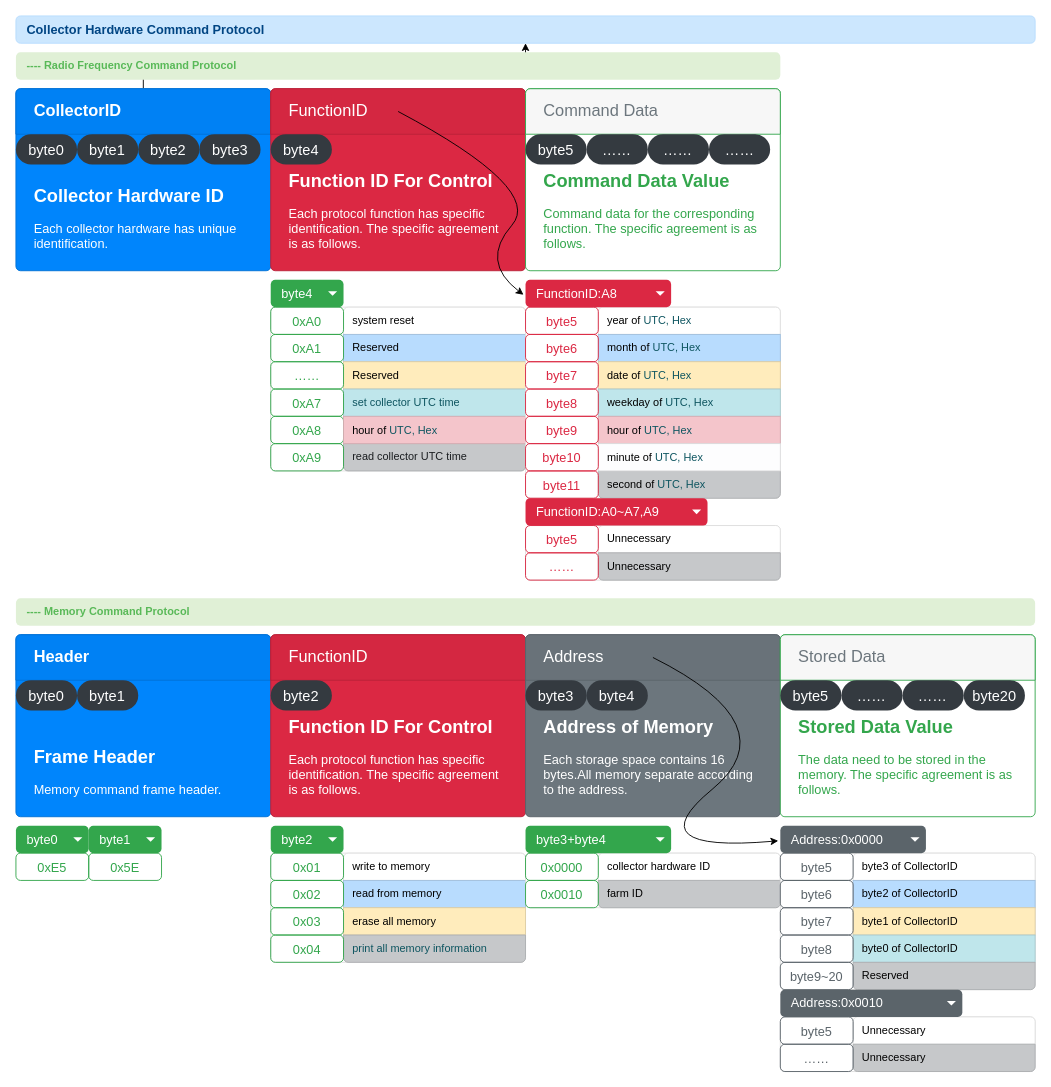
phoenix9668/Collector keeps this draw.io diagram as page "Collector Hardware Command Protocol" (1 of 5) of Doc/Hardware Protocol.drawio. Above is the earlier version. Source tidied: cells renumbered, new cells numbered last; positions are measured from the earlier drawing's top-left corner, leaving out a move shared by most shapes. Both pictures are drawn from the tidied source at 91%, with x=0, y=0 at pixel (15, 15).
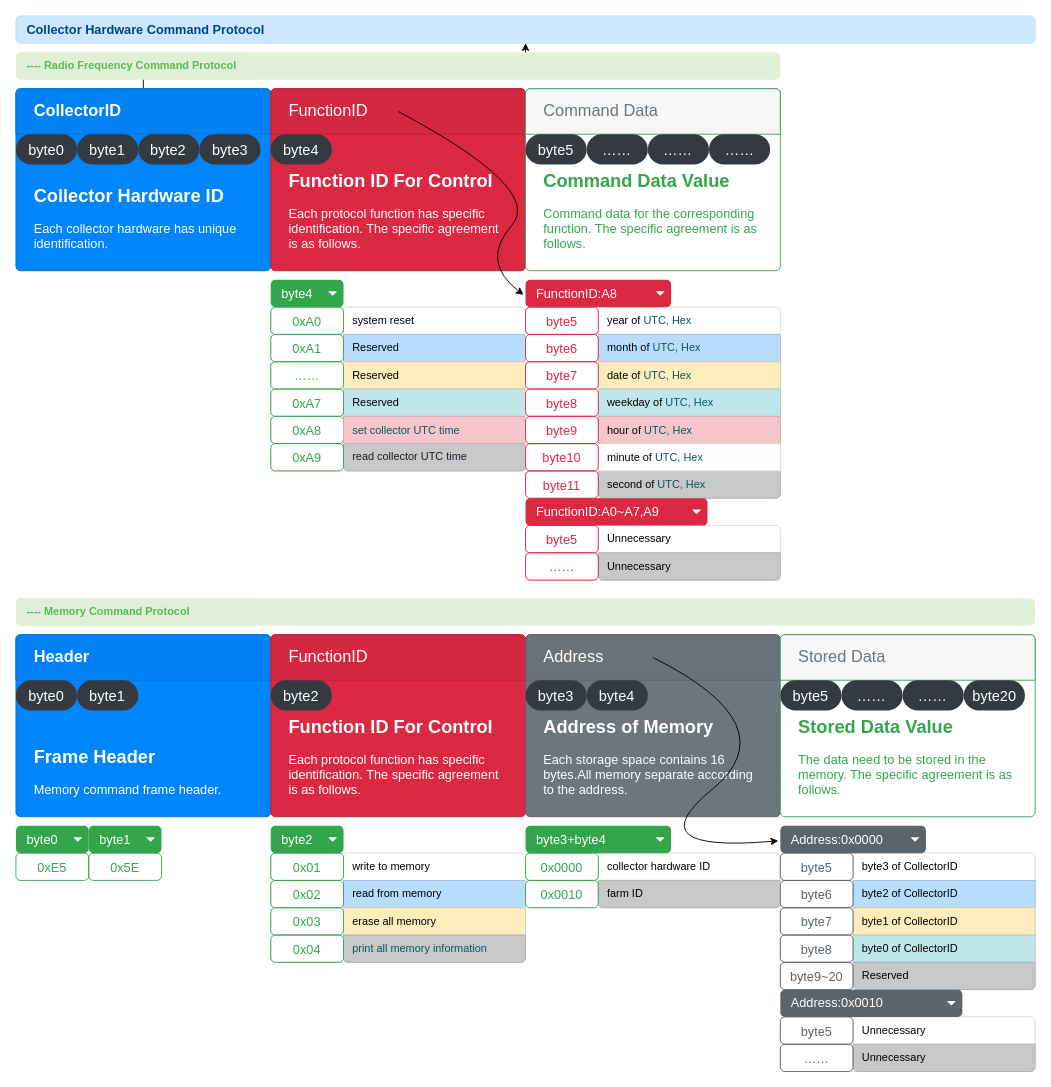
Above is the later version.

The change refers to these unchanged cells:
```xml
<mxCell id="26" style="html=1;shadow=0;dashed=0;shape=mxgraph.bootstrap.rrect;rSize=5;strokeColor=#DFDFDF;html=1;whiteSpace=wrap;fillColor=#FFFFFF;fontColor=#000000;" parent="1" vertex="1">
  <mxGeometry x="280" y="320" width="280" height="180" as="geometry" />
</mxCell>
```

The edit, as a diff of the source:
```diff
@@
-    <mxCell id="30" value="set collector UTC time" style="html=1;fillColor=#BFE6EB;strokeColor=#A7C9CE;fontColor=#0E5560;shadow=0;dashed=0;perimeter=none;whiteSpace=wrap;align=left;spacing=10;" parent="26" vertex="1">
+    <mxCell id="30" value="&lt;span style=&quot;color: rgb(0 , 0 , 0)&quot;&gt;Reserved&lt;/span&gt;" style="html=1;fillColor=#BFE6EB;strokeColor=#A7C9CE;fontColor=#0E5560;shadow=0;dashed=0;perimeter=none;whiteSpace=wrap;align=left;spacing=10;" parent="26" vertex="1">
       <mxGeometry width="200" height="30" relative="1" as="geometry">
         <mxPoint x="80" y="90" as="offset" />
       </mxGeometry>
     </mxCell>
@@
-    <mxCell id="37" value="&lt;span style=&quot;font-size: 12px ; color: rgb(0 , 0 , 0)&quot;&gt;hour of&amp;nbsp;&lt;/span&gt;&lt;span style=&quot;color: rgb(14 , 85 , 96) ; font-size: 12px&quot;&gt;UTC, Hex&lt;/span&gt;" style="html=1;fillColor=#F4C5CB;strokeColor=#D5ACB2;fontColor=#711623;shadow=0;dashed=0;perimeter=none;whiteSpace=wrap;align=left;spacing=10;fontSize=14;" parent="26" vertex="1">
+    <mxCell id="37" value="&lt;span style=&quot;color: rgb(14 , 85 , 96) ; font-size: 12px&quot;&gt;set collector UTC time&lt;/span&gt;" style="html=1;fillColor=#F4C5CB;strokeColor=#D5ACB2;fontColor=#711623;shadow=0;dashed=0;perimeter=none;whiteSpace=wrap;align=left;spacing=10;fontSize=14;" parent="26" vertex="1">
       <mxGeometry x="80" y="120" width="200" height="30" as="geometry" />
     </mxCell>
```
